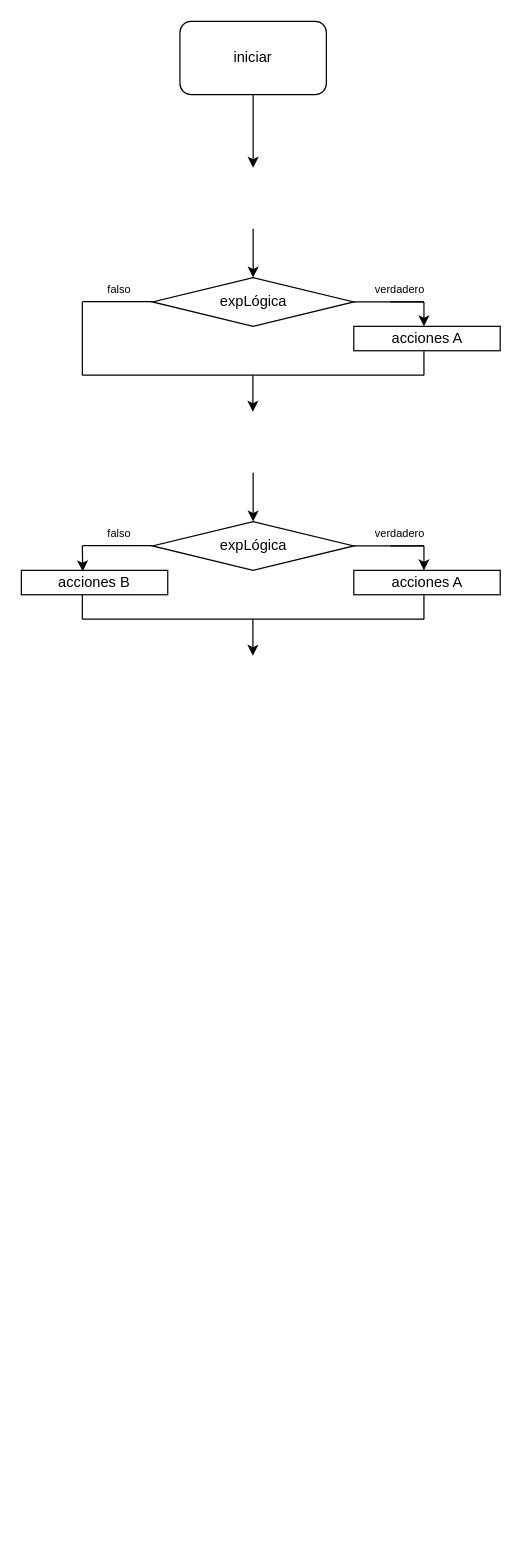
Above: Diagrama sin título.drawio in jllaveherr/practica0101_GIT (draw.io), before the change. Source tidied: cells renumbered, new cells numbered last; positions are measured from the earlier drawing's top-left corner, leaving out a move shared by most shapes. Both pictures are drawn from the tidied source at 122%, with x=0, y=0 at pixel (21, 21).
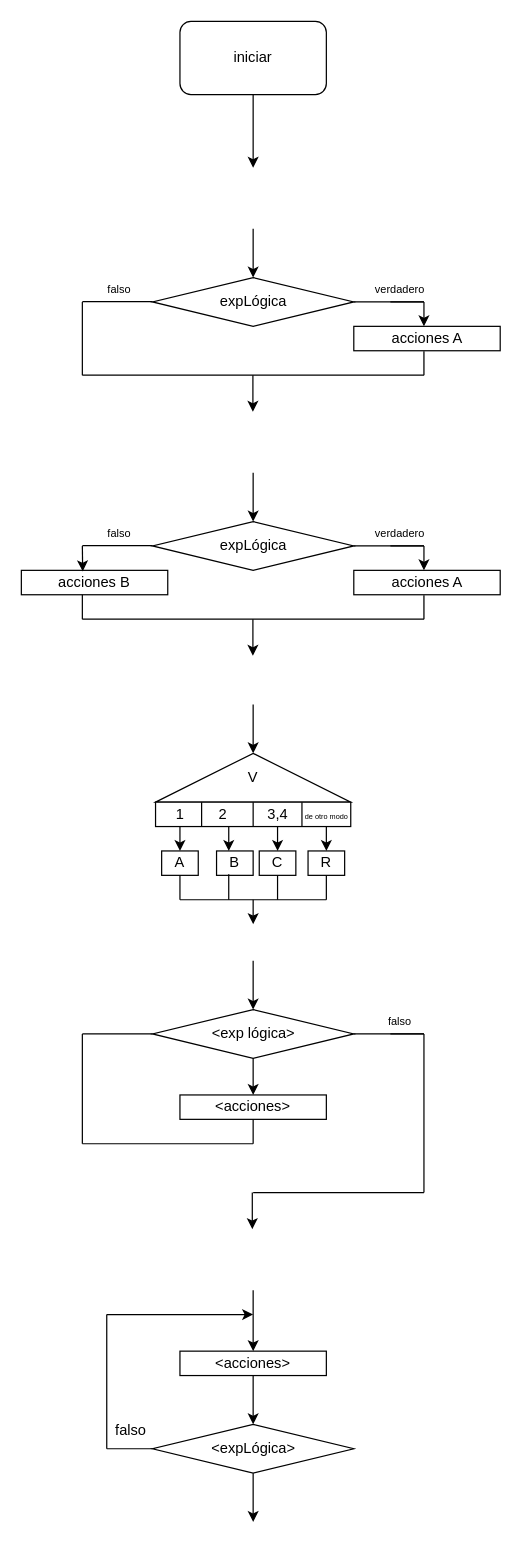
After the change.

Commit message:
estructuras alternativas 2

The edit, as a diff of the source:
```diff
@@
+    <mxCell id="38" style="endArrow=classic;html=1;rounded=0;" parent="1" edge="1">
+      <mxGeometry relative="1" as="geometry">
+        <mxPoint x="190" y="560" as="sourcePoint" />
+        <mxPoint x="190" y="600" as="targetPoint" />
+      </mxGeometry>
+    </mxCell>
+    <mxCell id="39" value="V" style="triangle;whiteSpace=wrap;html=1;direction=north;" parent="1" vertex="1">
+      <mxGeometry x="110" y="600" width="160" height="40" as="geometry" />
+    </mxCell>
+    <mxCell id="40" style="rounded=0;whiteSpace=wrap;html=1;" parent="1" vertex="1">
+      <mxGeometry x="110" y="640" width="160" height="20" as="geometry" />
+    </mxCell>
+    <mxCell id="41" style="endArrow=none;html=1;rounded=0;exitX=0.5;exitY=1;exitDx=0;exitDy=0;entryX=0;entryY=0.5;entryDx=0;entryDy=0;" parent="1" edge="1" source="40" target="39">
+      <mxGeometry relative="1" as="geometry" />
+    </mxCell>
+    <mxCell id="42" style="endArrow=none;html=1;rounded=0;exitX=0.236;exitY=1;exitDx=0;exitDy=0;exitPerimeter=0;entryX=0.236;entryY=0;entryDx=0;entryDy=0;entryPerimeter=0;" parent="1" edge="1" source="40" target="40">
+      <mxGeometry relative="1" as="geometry" />
+    </mxCell>
+    <mxCell id="43" style="endArrow=none;html=1;rounded=0;exitX=0.75;exitY=1;exitDx=0;exitDy=0;entryX=0;entryY=0.75;entryDx=0;entryDy=0;" parent="1" edge="1" source="40" target="39">
+      <mxGeometry relative="1" as="geometry" />
+    </mxCell>
+    <mxCell id="44" value="1" style="text;html=1;align=center;verticalAlign=middle;points=[];strokeColor=none;fillColor=none;" parent="1" vertex="1">
+      <mxGeometry x="115" y="635" width="30" height="30" as="geometry" />
+    </mxCell>
+    <mxCell id="45" value="2" style="text;html=1;align=center;verticalAlign=middle;strokeColor=none;fillColor=none;" parent="1" vertex="1">
+      <mxGeometry x="150" y="635" width="30" height="30" as="geometry" />
+    </mxCell>
+    <mxCell id="46" value="3,4" style="text;html=1;align=center;verticalAlign=middle;strokeColor=none;fillColor=none;" parent="1" vertex="1">
+      <mxGeometry x="190" y="635" width="40" height="30" as="geometry" />
+    </mxCell>
+    <mxCell id="47" value="&lt;span style=&quot;font-size: 6px;&quot;&gt;de otro modo&lt;br&gt;&lt;/span&gt;" style="text;html=1;align=center;verticalAlign=middle;points=[];strokeColor=none;fillColor=none;rotation=0;" parent="1" vertex="1">
+      <mxGeometry x="220" y="635" width="60" height="30" as="geometry" />
+    </mxCell>
+    <mxCell id="48" style="endArrow=classic;html=1;rounded=0;fontSize=6;exitX=0.5;exitY=0.833;exitDx=0;exitDy=0;exitPerimeter=0;" parent="1" edge="1" source="44">
+      <mxGeometry relative="1" as="geometry">
+        <mxPoint x="130" y="680" as="targetPoint" />
+      </mxGeometry>
+    </mxCell>
+    <mxCell id="49" style="endArrow=classic;html=1;rounded=0;fontSize=6;" parent="1" edge="1">
+      <mxGeometry relative="1" as="geometry">
+        <mxPoint x="170" y="660" as="sourcePoint" />
+        <mxPoint x="170" y="680" as="targetPoint" />
+      </mxGeometry>
+    </mxCell>
+    <mxCell id="50" style="endArrow=classic;html=1;rounded=0;fontSize=6;" parent="1" edge="1">
+      <mxGeometry relative="1" as="geometry">
+        <mxPoint x="210" y="660" as="sourcePoint" />
+        <mxPoint x="210" y="680" as="targetPoint" />
+      </mxGeometry>
+    </mxCell>
+    <mxCell id="51" style="endArrow=classic;html=1;rounded=0;fontSize=6;exitX=0.5;exitY=0.833;exitDx=0;exitDy=0;exitPerimeter=0;" parent="1" edge="1" source="47">
+      <mxGeometry relative="1" as="geometry">
+        <mxPoint x="250" y="680" as="targetPoint" />
+      </mxGeometry>
+    </mxCell>
+    <mxCell id="52" style="rounded=0;whiteSpace=wrap;html=1;fontSize=12;" parent="1" vertex="1">
+      <mxGeometry x="115" y="680" width="30" height="20" as="geometry" />
+    </mxCell>
+    <mxCell id="53" style="rounded=0;whiteSpace=wrap;html=1;fontSize=12;" parent="1" vertex="1">
+      <mxGeometry x="195" y="680" width="30" height="20" as="geometry" />
+    </mxCell>
+    <mxCell id="54" style="rounded=0;whiteSpace=wrap;html=1;fontSize=12;" parent="1" vertex="1">
+      <mxGeometry x="160" y="680" width="30" height="20" as="geometry" />
+    </mxCell>
+    <mxCell id="55" style="rounded=0;whiteSpace=wrap;html=1;fontSize=12;" parent="1" vertex="1">
+      <mxGeometry x="235" y="680" width="30" height="20" as="geometry" />
+    </mxCell>
+    <mxCell id="56" style="endArrow=none;html=1;rounded=0;fontSize=12;exitX=0.5;exitY=1;exitDx=0;exitDy=0;" parent="1" edge="1" source="52">
+      <mxGeometry relative="1" as="geometry">
+        <mxPoint x="130" y="720" as="targetPoint" />
+      </mxGeometry>
+    </mxCell>
+    <mxCell id="57" style="endArrow=none;html=1;rounded=0;fontSize=12;" parent="1" edge="1">
+      <mxGeometry relative="1" as="geometry">
+        <mxPoint x="130" y="720" as="sourcePoint" />
+        <mxPoint x="250" y="720" as="targetPoint" />
+      </mxGeometry>
+    </mxCell>
+    <mxCell id="58" style="endArrow=none;html=1;rounded=0;fontSize=12;entryX=0.5;entryY=1;entryDx=0;entryDy=0;" parent="1" edge="1" target="55">
+      <mxGeometry relative="1" as="geometry">
+        <mxPoint x="250" y="720" as="sourcePoint" />
+      </mxGeometry>
+    </mxCell>
+    <mxCell id="59" style="endArrow=none;html=1;rounded=0;fontSize=12;entryX=0.333;entryY=0.958;entryDx=0;entryDy=0;entryPerimeter=0;" parent="1" edge="1" target="54">
+      <mxGeometry relative="1" as="geometry">
+        <mxPoint x="170" y="720" as="sourcePoint" />
+      </mxGeometry>
+    </mxCell>
+    <mxCell id="60" style="endArrow=none;html=1;rounded=0;fontSize=12;entryX=0.5;entryY=1;entryDx=0;entryDy=0;" parent="1" edge="1" target="53">
+      <mxGeometry relative="1" as="geometry">
+        <mxPoint x="210" y="720" as="sourcePoint" />
+      </mxGeometry>
+    </mxCell>
+    <mxCell id="61" value="A" style="text;html=1;strokeColor=none;fillColor=none;align=center;verticalAlign=middle;whiteSpace=wrap;rounded=0;fontSize=12;" parent="1" vertex="1">
+      <mxGeometry x="100" y="675" width="60" height="30" as="geometry" />
+    </mxCell>
+    <mxCell id="62" value="B" style="text;html=1;strokeColor=none;fillColor=none;align=center;verticalAlign=middle;whiteSpace=wrap;rounded=0;fontSize=12;" parent="1" vertex="1">
+      <mxGeometry x="145" y="675" width="60" height="30" as="geometry" />
+    </mxCell>
+    <mxCell id="63" value="C" style="text;html=1;strokeColor=none;fillColor=none;align=center;verticalAlign=middle;whiteSpace=wrap;rounded=0;fontSize=12;" parent="1" vertex="1">
+      <mxGeometry x="180" y="675" width="60" height="30" as="geometry" />
+    </mxCell>
+    <mxCell id="64" value="R" style="text;html=1;strokeColor=none;fillColor=none;align=center;verticalAlign=middle;whiteSpace=wrap;rounded=0;fontSize=12;" parent="1" vertex="1">
+      <mxGeometry x="220" y="675" width="60" height="30" as="geometry" />
+    </mxCell>
+    <mxCell id="65" style="endArrow=classic;html=1;rounded=0;fontSize=12;" parent="1" edge="1">
+      <mxGeometry relative="1" as="geometry">
+        <mxPoint x="190" y="720" as="sourcePoint" />
+        <mxPoint x="190" y="740" as="targetPoint" />
+      </mxGeometry>
+    </mxCell>
+    <mxCell id="66" value="&amp;lt;exp lógica&amp;gt;" style="rhombus;whiteSpace=wrap;html=1;" parent="1" vertex="1">
+      <mxGeometry x="107.5" y="810" width="165" height="40" as="geometry" />
+    </mxCell>
+    <mxCell id="67" style="endArrow=none;html=1;rounded=0;" parent="1" edge="1">
+      <mxGeometry relative="1" as="geometry">
+        <mxPoint x="272.5" y="830" as="sourcePoint" />
+        <mxPoint x="330" y="830" as="targetPoint" />
+        <Array as="points">
+          <mxPoint x="302.5" y="830" />
+        </Array>
+      </mxGeometry>
+    </mxCell>
+    <mxCell id="68" style="edgeStyle=orthogonalEdgeStyle;rounded=0;orthogonalLoop=1;jettySize=auto;html=1;exitX=0.5;exitY=1;exitDx=0;exitDy=0;" parent="1" edge="1" source="66" target="66">
+      <mxGeometry relative="1" as="geometry" />
+    </mxCell>
+    <mxCell id="69" style="endArrow=none;html=1;rounded=0;startArrow=none;" parent="1" edge="1">
+      <mxGeometry relative="1" as="geometry">
+        <mxPoint x="302.5" y="830" as="sourcePoint" />
+        <mxPoint x="330" y="830" as="targetPoint" />
+        <Array as="points">
+          <mxPoint x="302.5" y="830" />
+        </Array>
+      </mxGeometry>
+    </mxCell>
+    <mxCell id="70" style="endArrow=none;html=1;rounded=0;" parent="1" edge="1">
+      <mxGeometry relative="1" as="geometry">
+        <mxPoint x="50" y="920" as="sourcePoint" />
+        <mxPoint x="50" y="830" as="targetPoint" />
+      </mxGeometry>
+    </mxCell>
+    <mxCell id="71" style="edgeStyle=orthogonalEdgeStyle;rounded=0;orthogonalLoop=1;jettySize=auto;html=1;exitX=0.5;exitY=1;exitDx=0;exitDy=0;" parent="1" edge="1" source="72" target="72">
+      <mxGeometry relative="1" as="geometry" />
+    </mxCell>
+    <mxCell id="72" value="&amp;lt;acciones&amp;gt;" style="rounded=0;whiteSpace=wrap;html=1;" parent="1" vertex="1">
+      <mxGeometry x="130" y="880" width="120" height="20" as="geometry" />
+    </mxCell>
+    <mxCell id="73" style="endArrow=classic;html=1;rounded=0;entryX=0.5;entryY=0;entryDx=0;entryDy=0;" parent="1" edge="1" target="66">
+      <mxGeometry relative="1" as="geometry">
+        <mxPoint x="190" y="770" as="sourcePoint" />
+      </mxGeometry>
+    </mxCell>
+    <mxCell id="74" style="endArrow=none;html=1;rounded=0;" parent="1" edge="1">
+      <mxGeometry relative="1" as="geometry">
+        <mxPoint x="272.5" y="830" as="sourcePoint" />
+        <mxPoint x="272.5" y="830" as="targetPoint" />
+      </mxGeometry>
+    </mxCell>
+    <mxCell id="75" value="falso" style="text;html=1;align=center;verticalAlign=middle;strokeColor=none;fillColor=none;fontSize=9;" parent="1" vertex="1">
+      <mxGeometry x="290" y="810" width="40" height="20" as="geometry" />
+    </mxCell>
+    <mxCell id="76" style="endArrow=classic;html=1;rounded=0;fontSize=9;" parent="1" edge="1">
+      <mxGeometry relative="1" as="geometry">
+        <mxPoint x="189.3" y="960" as="sourcePoint" />
+        <mxPoint x="189.3" y="990" as="targetPoint" />
+      </mxGeometry>
+    </mxCell>
+    <mxCell id="77" style="endArrow=none;html=1;rounded=0;fontSize=12;entryX=0.5;entryY=1;entryDx=0;entryDy=0;" parent="1" edge="1" target="72">
+      <mxGeometry relative="1" as="geometry">
+        <mxPoint x="190" y="920" as="sourcePoint" />
+      </mxGeometry>
+    </mxCell>
+    <mxCell id="78" style="endArrow=none;html=1;rounded=0;fontSize=12;" parent="1" edge="1">
+      <mxGeometry relative="1" as="geometry">
+        <mxPoint x="330" y="830" as="sourcePoint" />
+        <mxPoint x="330" y="960" as="targetPoint" />
+      </mxGeometry>
+    </mxCell>
+    <mxCell id="79" style="endArrow=none;html=1;rounded=0;fontSize=12;" parent="1" edge="1">
+      <mxGeometry relative="1" as="geometry">
+        <mxPoint x="190" y="960" as="sourcePoint" />
+        <mxPoint x="330" y="960" as="targetPoint" />
+      </mxGeometry>
+    </mxCell>
+    <mxCell id="80" style="endArrow=none;html=1;rounded=0;fontSize=12;entryX=0;entryY=0.5;entryDx=0;entryDy=0;" parent="1" edge="1" target="66">
+      <mxGeometry relative="1" as="geometry">
+        <mxPoint x="50" y="830" as="sourcePoint" />
+      </mxGeometry>
+    </mxCell>
+    <mxCell id="81" style="endArrow=classic;html=1;rounded=0;fontSize=12;exitX=0.5;exitY=1;exitDx=0;exitDy=0;entryX=0.5;entryY=0;entryDx=0;entryDy=0;" parent="1" edge="1" source="66" target="72">
+      <mxGeometry relative="1" as="geometry" />
+    </mxCell>
+    <mxCell id="82" style="endArrow=none;html=1;rounded=0;fontSize=12;" parent="1" edge="1">
+      <mxGeometry relative="1" as="geometry">
+        <mxPoint x="50" y="920" as="sourcePoint" />
+        <mxPoint x="190" y="920" as="targetPoint" />
+      </mxGeometry>
+    </mxCell>
+    <mxCell id="83" value="&amp;lt;expLógica&amp;gt;" style="rhombus;whiteSpace=wrap;html=1;" parent="1" vertex="1">
+      <mxGeometry x="107.5" y="1150" width="165" height="40" as="geometry" />
+    </mxCell>
+    <mxCell id="84" style="edgeStyle=orthogonalEdgeStyle;rounded=0;orthogonalLoop=1;jettySize=auto;html=1;exitX=0.5;exitY=1;exitDx=0;exitDy=0;" parent="1" edge="1" source="83" target="83">
+      <mxGeometry relative="1" as="geometry" />
+    </mxCell>
+    <mxCell id="85" style="edgeStyle=orthogonalEdgeStyle;rounded=0;orthogonalLoop=1;jettySize=auto;html=1;exitX=0.5;exitY=1;exitDx=0;exitDy=0;" parent="1" edge="1" source="86" target="86">
+      <mxGeometry relative="1" as="geometry" />
+    </mxCell>
+    <mxCell id="86" value="&amp;lt;acciones&amp;gt;" style="rounded=0;whiteSpace=wrap;html=1;" parent="1" vertex="1">
+      <mxGeometry x="130" y="1090" width="120" height="20" as="geometry" />
+    </mxCell>
+    <mxCell id="87" style="endArrow=none;html=1;rounded=0;" parent="1" edge="1">
+      <mxGeometry relative="1" as="geometry">
+        <mxPoint x="272.5" y="1090" as="sourcePoint" />
+        <mxPoint x="272.5" y="1090" as="targetPoint" />
+      </mxGeometry>
+    </mxCell>
+    <mxCell id="88" style="endArrow=classic;html=1;rounded=0;fontSize=12;exitX=0.5;exitY=1;exitDx=0;exitDy=0;entryX=0.5;entryY=0;entryDx=0;entryDy=0;" parent="1" edge="1" source="86" target="83">
+      <mxGeometry relative="1" as="geometry" />
+    </mxCell>
+    <mxCell id="89" style="endArrow=classic;html=1;rounded=0;fontSize=12;entryX=0.5;entryY=0;entryDx=0;entryDy=0;" parent="1" edge="1" target="86">
+      <mxGeometry relative="1" as="geometry">
+        <mxPoint x="190" y="1040" as="sourcePoint" />
+      </mxGeometry>
+    </mxCell>
+    <mxCell id="90" style="endArrow=classic;html=1;rounded=0;fontSize=12;exitX=0.5;exitY=1;exitDx=0;exitDy=0;" parent="1" edge="1" source="83">
+      <mxGeometry relative="1" as="geometry">
+        <mxPoint x="190" y="1230" as="targetPoint" />
+      </mxGeometry>
+    </mxCell>
+    <mxCell id="91" style="endArrow=none;html=1;rounded=0;fontSize=12;exitX=0;exitY=0.5;exitDx=0;exitDy=0;" parent="1" edge="1" source="83">
+      <mxGeometry relative="1" as="geometry">
+        <mxPoint x="70" y="1170" as="targetPoint" />
+      </mxGeometry>
+    </mxCell>
+    <mxCell id="92" style="endArrow=none;html=1;rounded=0;fontSize=12;" parent="1" edge="1">
+      <mxGeometry relative="1" as="geometry">
+        <mxPoint x="70" y="1170" as="sourcePoint" />
+        <mxPoint x="70" y="1060" as="targetPoint" />
+      </mxGeometry>
+    </mxCell>
+    <mxCell id="93" style="endArrow=classic;html=1;rounded=0;fontSize=12;" parent="1" edge="1">
+      <mxGeometry relative="1" as="geometry">
+        <mxPoint x="70" y="1060" as="sourcePoint" />
+        <mxPoint x="190" y="1060" as="targetPoint" />
+      </mxGeometry>
+    </mxCell>
+    <mxCell id="94" value="falso" style="text;html=1;strokeColor=none;fillColor=none;align=center;verticalAlign=middle;whiteSpace=wrap;rounded=0;fontSize=12;" parent="1" vertex="1">
+      <mxGeometry x="60" y="1140" width="60" height="30" as="geometry" />
+    </mxCell>
```
